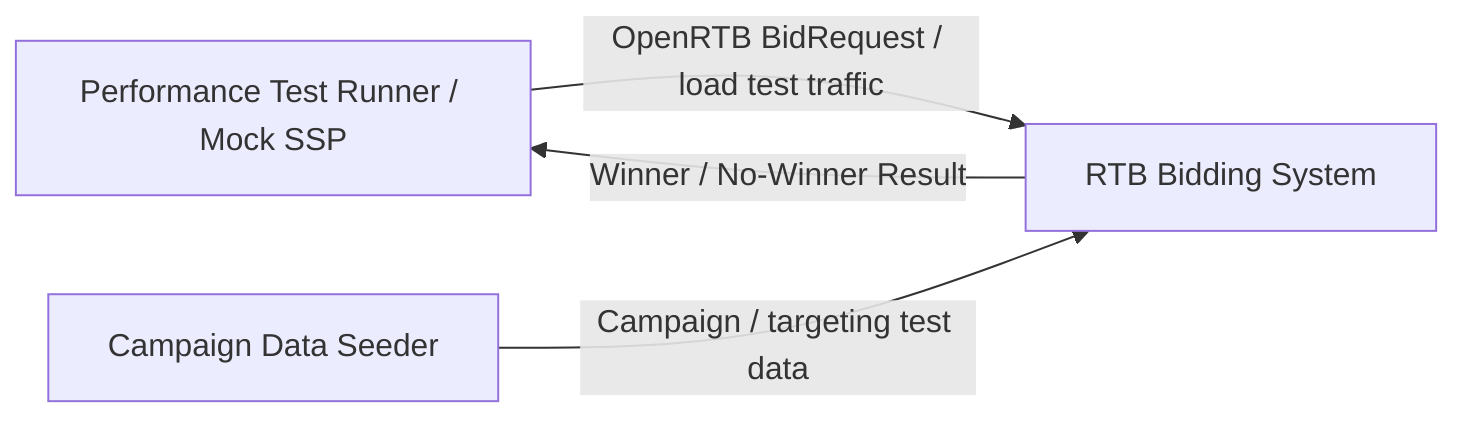
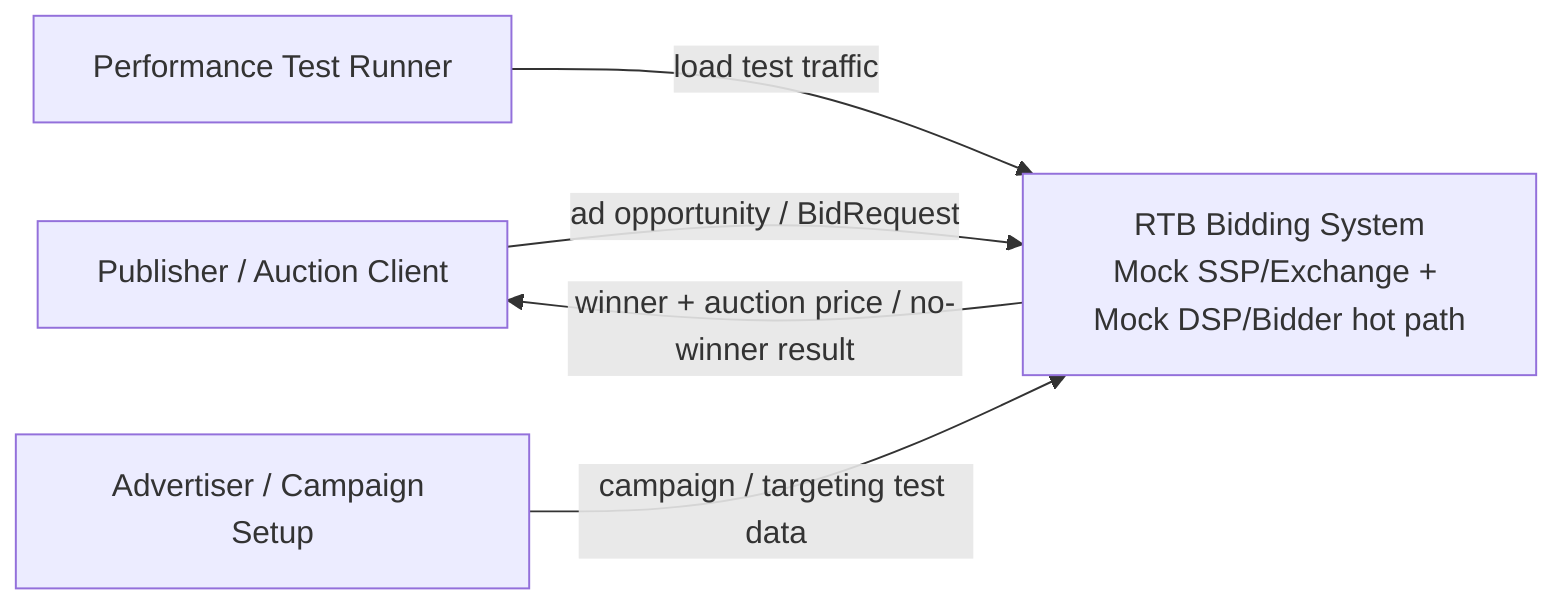
flowchart LR
-     tester["Performance Test Runner / Mock SSP"]
-     seeder["Campaign Data Seeder"]
-     system["RTB Bidding System"]
+     publisher["Publisher / Auction Client"]
+     advertiser["Advertiser / Campaign Setup"]
+     tester["Performance Test Runner"]
+     system["RTB Bidding System\nMock SSP/Exchange + Mock DSP/Bidder hot path"]

-     tester -->|"OpenRTB BidRequest / load test traffic"| system
-     system -->|"Winner / No-Winner Result"| tester
+     publisher -->|"ad opportunity / BidRequest"| system
+     tester -->|"load test traffic"| system
+     system -->|"winner + auction price / no-winner result"| publisher

-     seeder -->|"Campaign / targeting test data"| system
+     advertiser -->|"campaign / targeting test data"| system
